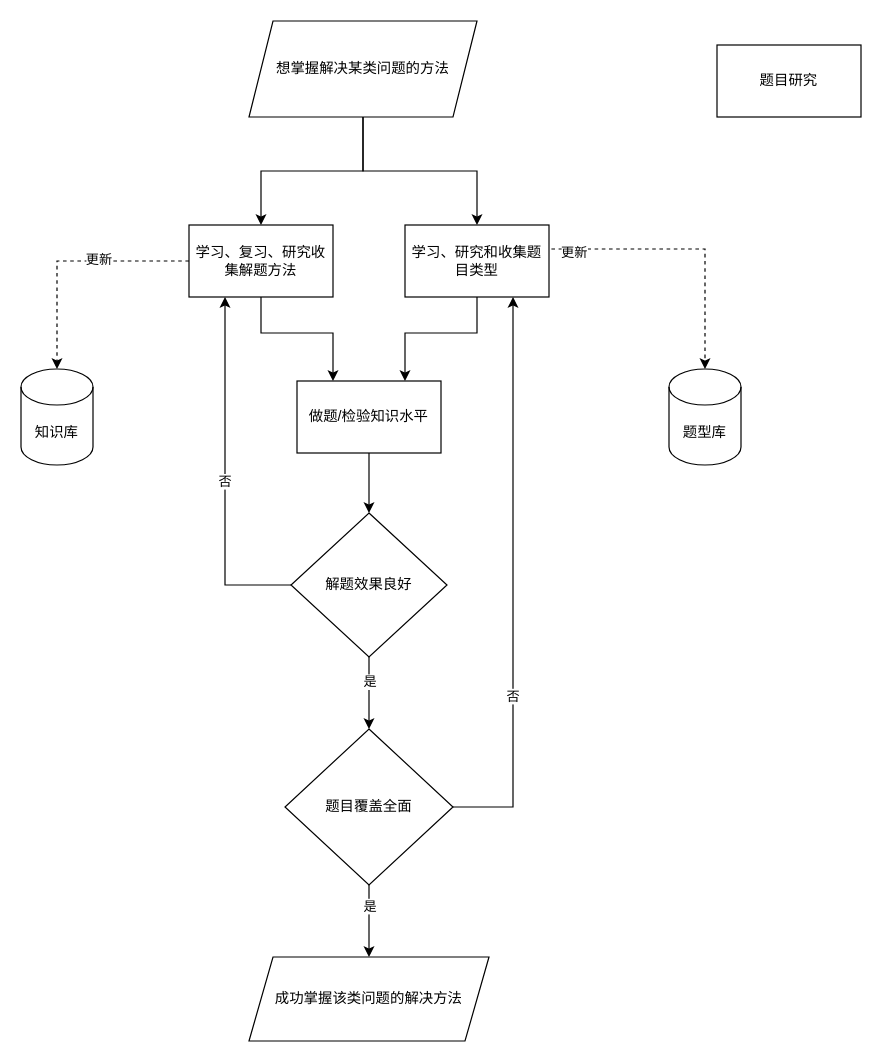
The draw.io diagram exercise_method.drawio in brendonlin/myflowchart, before the edit. Source tidied: cells renumbered, new cells numbered last; positions are measured from the earlier drawing's top-left corner, leaving out a move shared by most shapes. Both pictures are drawn from the tidied source at 120%, with x=0, y=0 at pixel (20, 20).
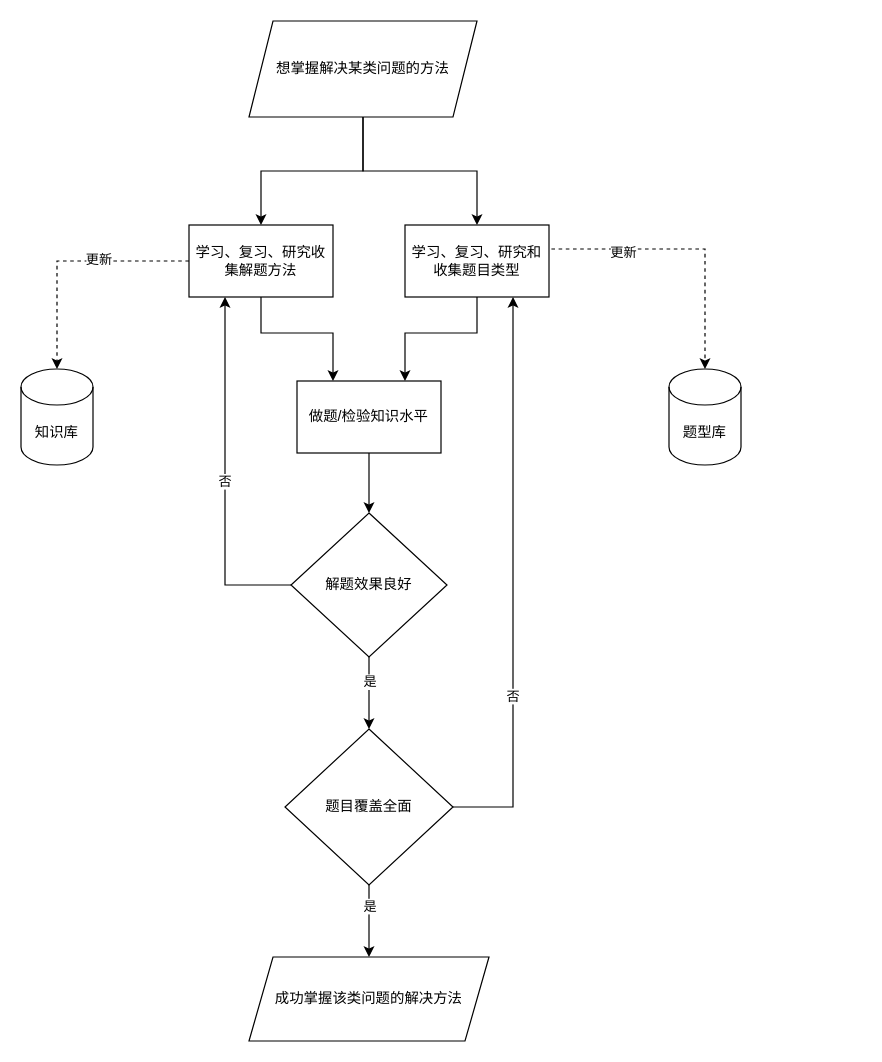
The same diagram, later.

Unchanged cells that the change refers to:
```xml
<mxCell id="4" style="edgeStyle=orthogonalEdgeStyle;rounded=0;jettySize=auto;html=1;entryX=0.5;entryY=0;entryDx=0;entryDy=0;entryPerimeter=0;dashed=1;exitX=0.75;exitY=1;exitDx=0;exitDy=0;" parent="1" edge="1" source="17" target="11">
  <mxGeometry relative="1" as="geometry">
    <Array as="points">
      <mxPoint x="410" y="190" />
      <mxPoint x="570" y="190" />
    </Array>
  </mxGeometry>
</mxCell>
```

Change to the diagram source:
```diff
@@
     <mxCell id="5" value="更新" style="edgeLabel;html=1;align=center;verticalAlign=middle;" parent="4" vertex="1">
-      <mxGeometry x="-0.4" y="-2" relative="1" as="geometry" />
+      <mxGeometry x="-0.4" y="-2" relative="1" as="geometry">
+        <mxPoint x="41" as="offset" />
+      </mxGeometry>
     </mxCell>
-    <mxCell id="6" value="题目研究" style="rounded=0;whiteSpace=wrap;html=1;" parent="1" vertex="1">
-      <mxGeometry x="580" y="20" width="120" height="60" as="geometry" />
-    </mxCell>
@@
-    <mxCell id="17" value="学习、研究和收集题目类型" style="rounded=0;whiteSpace=wrap;html=1;" parent="1" vertex="1">
+    <mxCell id="17" value="学习、复习、研究和收集题目类型" style="rounded=0;whiteSpace=wrap;html=1;" parent="1" vertex="1">
       <mxGeometry x="320" y="170" width="120" height="60" as="geometry" />
     </mxCell>
```
